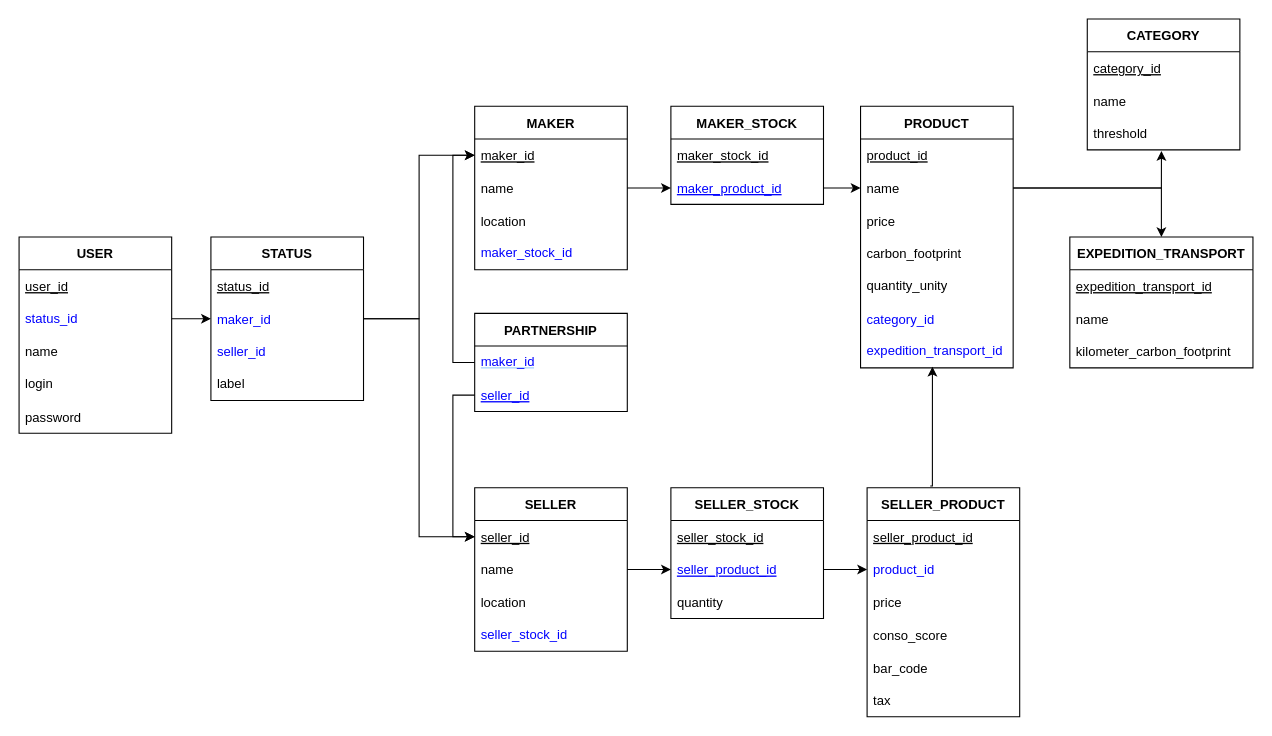
The draw.io diagram page "bdd" (1 of 2) of doc/projet-intensif.drawio in FloRichard/conso-score-bdd, before the edit. Source tidied: cells renumbered, new cells numbered last; positions are measured from the earlier drawing's top-left corner, leaving out a move shared by most shapes. Both pictures are drawn from the tidied source at 109%, with x=0, y=0 at pixel (19, 19).
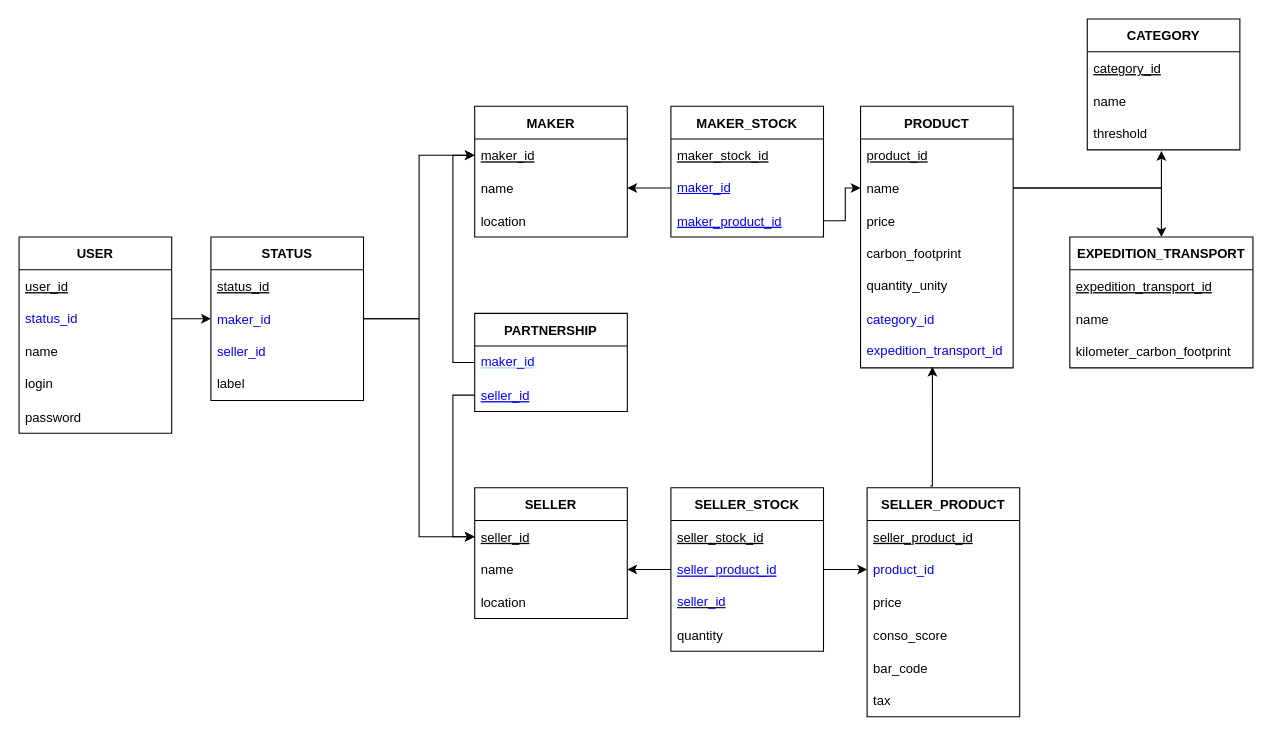
After the change.

Unchanged cells that the change refers to:
```xml
<mxCell id="4" value="name" style="text;strokeColor=none;fillColor=none;align=left;verticalAlign=middle;spacingLeft=4;spacingRight=4;overflow=hidden;points=[[0,0.5],[1,0.5]];portConstraint=eastwest;" parent="2" vertex="1">
  <mxGeometry y="60" width="140" height="30" as="geometry" />
</mxCell>
<mxCell id="9" value="name" style="text;strokeColor=none;fillColor=none;align=left;verticalAlign=middle;spacingLeft=4;spacingRight=4;overflow=hidden;points=[[0,0.5],[1,0.5]];portConstraint=eastwest;" parent="7" vertex="1">
  <mxGeometry y="60" width="140" height="30" as="geometry" />
</mxCell>
<mxCell id="14" value="seller_product_id" style="text;strokeColor=none;fillColor=none;align=left;verticalAlign=middle;spacingLeft=4;spacingRight=4;overflow=hidden;points=[[0,0.5],[1,0.5]];portConstraint=eastwest;fontColor=#0000FF;fontStyle=4;" parent="12" vertex="1">
  <mxGeometry y="60" width="140" height="30" as="geometry" />
</mxCell>
```

The edit, as a diff of the source:
```diff
@@
     <mxCell id="2" value="SELLER" style="swimlane;fontStyle=1;horizontal=1;startSize=30;" parent="1" vertex="1">
-      <mxGeometry x="418" y="430" width="140" height="150" as="geometry" />
+      <mxGeometry x="418" y="430" width="140" height="120" as="geometry" />
     </mxCell>
@@
-    <mxCell id="6" value="&lt;font color=&quot;#0000ff&quot;&gt;seller_stock_id&lt;/font&gt;" style="text;strokeColor=none;fillColor=none;align=left;verticalAlign=middle;spacingLeft=4;spacingRight=4;overflow=hidden;whiteSpace=wrap;html=1;fontSize=12;fontColor=#000000;" parent="2" vertex="1">
-      <mxGeometry y="120" width="140" height="30" as="geometry" />
-    </mxCell>
     <mxCell id="7" value="MAKER" style="swimlane;fontStyle=1;horizontal=1;startSize=30;" parent="1" vertex="1">
-      <mxGeometry x="418" y="80" width="140" height="150" as="geometry" />
+      <mxGeometry x="418" y="80" width="140" height="120" as="geometry" />
     </mxCell>
@@
-    <mxCell id="11" value="maker_stock_id" style="text;strokeColor=none;fillColor=none;align=left;verticalAlign=middle;spacingLeft=4;spacingRight=4;overflow=hidden;whiteSpace=wrap;html=1;fontColor=#0000FF;" parent="7" vertex="1">
-      <mxGeometry y="120" width="140" height="30" as="geometry" />
-    </mxCell>
     <mxCell id="12" value="SELLER_STOCK" style="swimlane;fontStyle=1;horizontal=1;startSize=30;" parent="1" vertex="1">
-      <mxGeometry x="598" y="430" width="140" height="120" as="geometry" />
+      <mxGeometry x="598" y="430" width="140" height="150" as="geometry" />
     </mxCell>
@@
+    <mxCell id="6" value="&lt;font color=&quot;#0000ff&quot;&gt;seller_id&lt;/font&gt;" style="text;strokeColor=none;fillColor=none;align=left;verticalAlign=middle;spacingLeft=4;spacingRight=4;overflow=hidden;whiteSpace=wrap;html=1;fontSize=12;fontColor=#000000;fontStyle=4;" parent="12" vertex="1">
+      <mxGeometry y="90" width="140" height="30" as="geometry" />
+    </mxCell>
     <mxCell id="15" value="quantity" style="text;strokeColor=none;fillColor=none;align=left;verticalAlign=middle;spacingLeft=4;spacingRight=4;overflow=hidden;" parent="12" vertex="1">
-      <mxGeometry y="90" width="140" height="30" as="geometry" />
+      <mxGeometry y="120" width="140" height="30" as="geometry" />
     </mxCell>
@@
-    <mxCell id="41" style="edgeStyle=orthogonalEdgeStyle;rounded=0;jettySize=auto;html=1;" parent="1" edge="1" source="4" target="14">
-      <mxGeometry relative="1" as="geometry" />
-    </mxCell>
@@
     <mxCell id="63" value="MAKER_STOCK" style="swimlane;fontStyle=1;horizontal=1;startSize=30;" parent="1" vertex="1">
-      <mxGeometry x="598" y="80" width="140" height="90" as="geometry" />
+      <mxGeometry x="598" y="80" width="140" height="120" as="geometry" />
     </mxCell>
@@
+    <mxCell id="68" value="maker_id" style="text;strokeColor=none;fillColor=none;align=left;verticalAlign=middle;spacingLeft=4;spacingRight=4;overflow=hidden;points=[[0,0.5],[1,0.5]];portConstraint=eastwest;whiteSpace=wrap;html=1;fontStyle=4;fontColor=#0000FF;" parent="63" vertex="1">
+      <mxGeometry y="60" width="140" height="30" as="geometry" />
+    </mxCell>
     <mxCell id="65" value="maker_product_id" style="text;strokeColor=none;fillColor=none;align=left;verticalAlign=middle;spacingLeft=4;spacingRight=4;overflow=hidden;points=[[0,0.5],[1,0.5]];portConstraint=eastwest;fontColor=#0000FF;fontStyle=4;" parent="63" vertex="1">
-      <mxGeometry y="60" width="140" height="30" as="geometry" />
+      <mxGeometry y="90" width="140" height="30" as="geometry" />
     </mxCell>
-    <mxCell id="66" style="edgeStyle=orthogonalEdgeStyle;rounded=0;jettySize=auto;html=1;" parent="1" edge="1" source="9" target="65">
-      <mxGeometry relative="1" as="geometry" />
-    </mxCell>
@@
+    <mxCell id="69" style="edgeStyle=orthogonalEdgeStyle;rounded=0;jettySize=auto;html=1;entryX=1;entryY=0.5;entryDx=0;entryDy=0;fontColor=#0000FF;" parent="1" edge="1" source="68" target="9">
+      <mxGeometry relative="1" as="geometry" />
+    </mxCell>
+    <mxCell id="70" style="edgeStyle=orthogonalEdgeStyle;rounded=0;jettySize=auto;html=1;entryX=1;entryY=0.5;entryDx=0;entryDy=0;fontColor=#0000FF;" parent="1" edge="1" source="14" target="4">
+      <mxGeometry relative="1" as="geometry" />
+    </mxCell>
```
